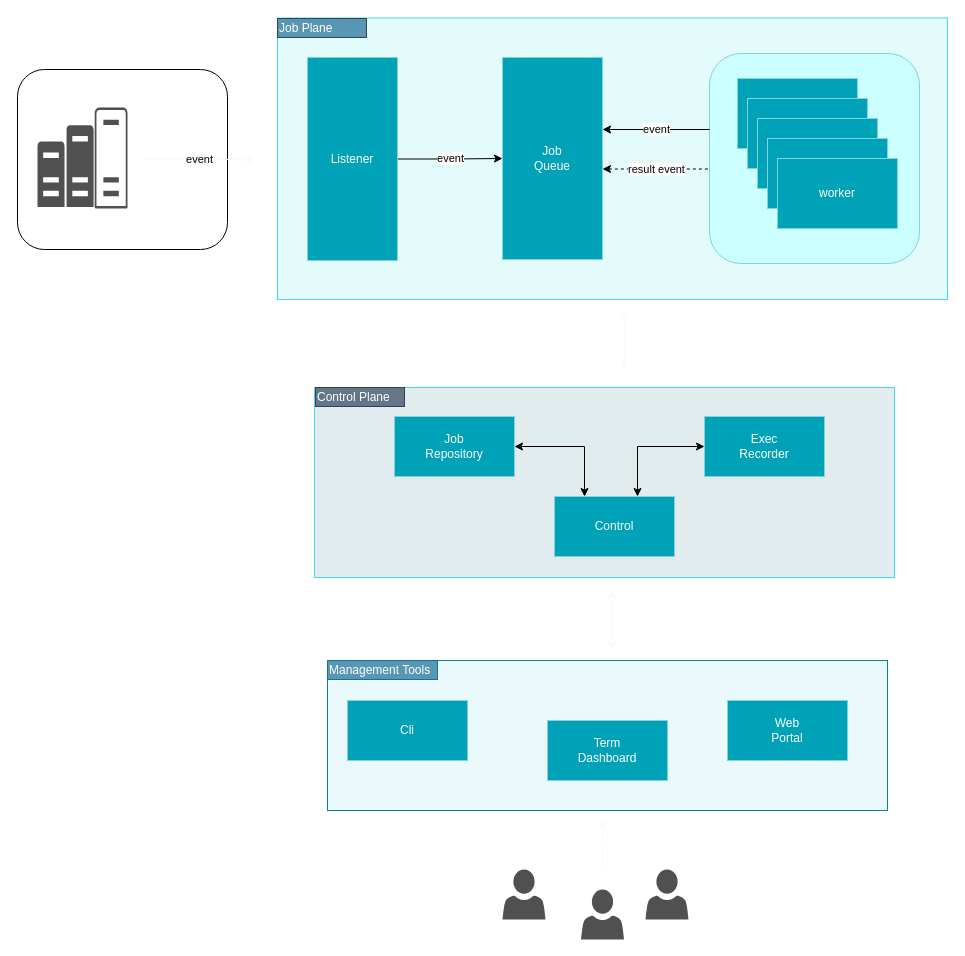
This is docs/Jobico.drawio from andrescosta/jobico-fn, a draw.io file, before an edit. Source tidied: cells renumbered, new cells numbered last; positions are measured from the earlier drawing's top-left corner, leaving out a move shared by most shapes. Both pictures are drawn from the tidied source at 100%, with x=0, y=0 at pixel (17, 17).
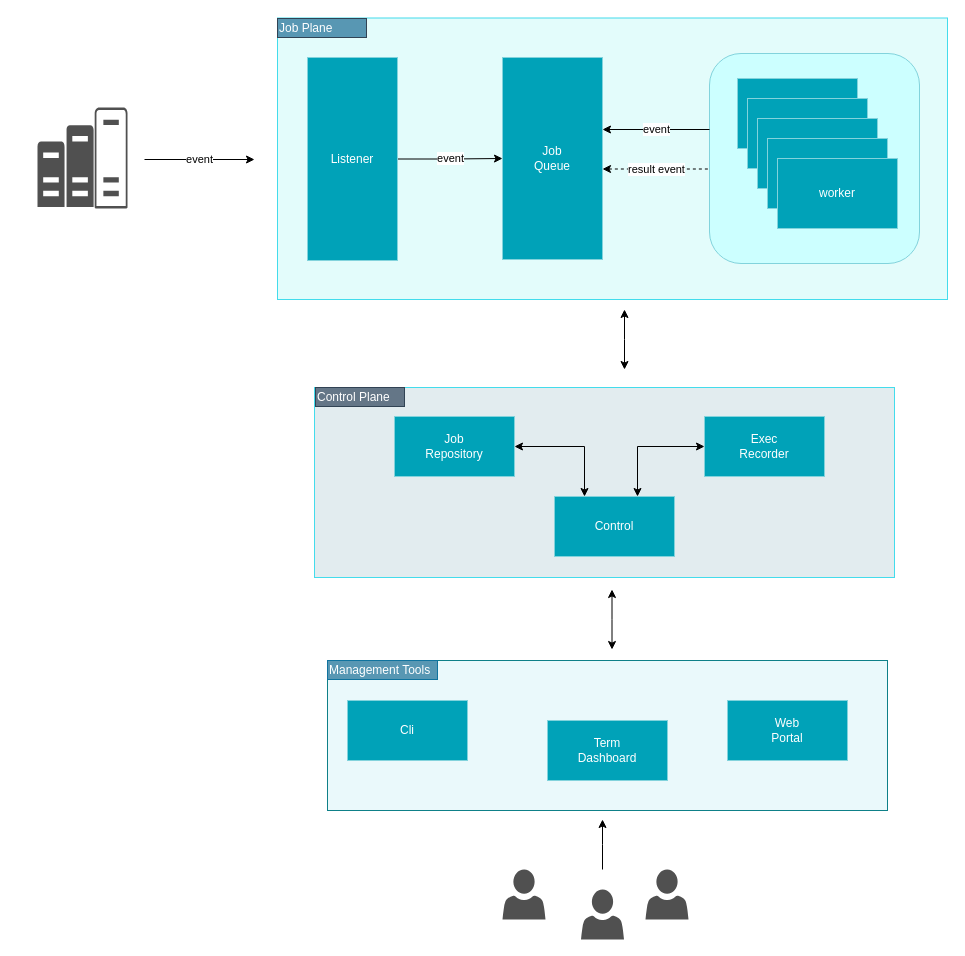
The same page after the edit.

What changed in the source:
```diff
@@
-    <mxCell id="2" style="rounded=1;whiteSpace=wrap;html=1;" parent="1" vertex="1">
-      <mxGeometry y="52" width="210" height="180" as="geometry" />
-    </mxCell>
@@
-    <mxCell id="25" style="edgeStyle=elbowEdgeStyle;rounded=0;elbow=horizontal;html=1;labelBackgroundColor=#ffffff;startArrow=classic;startFill=1;startSize=6;endArrow=classic;endFill=1;endSize=6;jettySize=auto;orthogonalLoop=1;strokeWidth=1;fontSize=14;strokeColor=#FAFAFA;" parent="1" edge="1">
+    <mxCell id="25" style="edgeStyle=elbowEdgeStyle;rounded=0;elbow=horizontal;html=1;labelBackgroundColor=#ffffff;startArrow=classic;startFill=1;startSize=6;endArrow=classic;endFill=1;endSize=6;jettySize=auto;orthogonalLoop=1;strokeWidth=1;fontSize=14;" parent="1" edge="1">
       <mxGeometry relative="1" as="geometry">
         <mxPoint x="607" y="352" as="sourcePoint" />
         <mxPoint x="607" y="292" as="targetPoint" />
       </mxGeometry>
     </mxCell>
@@
-    <mxCell id="27" style="edgeStyle=elbowEdgeStyle;rounded=0;elbow=vertical;html=1;labelBackgroundColor=#ffffff;startArrow=classic;startFill=1;startSize=6;endArrow=classic;endFill=1;endSize=6;jettySize=auto;orthogonalLoop=1;strokeWidth=1;fontSize=14;strokeColor=#FAFAFA;" parent="1" edge="1">
+    <mxCell id="27" style="edgeStyle=elbowEdgeStyle;rounded=0;elbow=vertical;html=1;labelBackgroundColor=#ffffff;startArrow=classic;startFill=1;startSize=6;endArrow=classic;endFill=1;endSize=6;jettySize=auto;orthogonalLoop=1;strokeWidth=1;fontSize=14;" parent="1" edge="1">
       <mxGeometry relative="1" as="geometry">
         <mxPoint x="594.5" y="632" as="sourcePoint" />
         <mxPoint x="594.5" y="572" as="targetPoint" />
       </mxGeometry>
     </mxCell>
@@
-    <mxCell id="29" value="event" style="edgeStyle=orthogonalEdgeStyle;rounded=0;orthogonalLoop=1;jettySize=auto;html=1;strokeColor=#FAFAFA;" parent="1" edge="1">
+    <mxCell id="29" value="event" style="edgeStyle=orthogonalEdgeStyle;rounded=0;orthogonalLoop=1;jettySize=auto;html=1;" parent="1" edge="1">
       <mxGeometry relative="1" as="geometry">
         <mxPoint x="127" y="142" as="sourcePoint" />
         <mxPoint x="237" y="142" as="targetPoint" />
       </mxGeometry>
     </mxCell>
@@
-    <mxCell id="34" style="edgeStyle=elbowEdgeStyle;rounded=0;elbow=vertical;html=1;labelBackgroundColor=#ffffff;startArrow=none;startFill=0;startSize=6;endArrow=classic;endFill=1;endSize=6;jettySize=auto;orthogonalLoop=1;strokeWidth=1;fontSize=14;strokeColor=#FAFAFA;" parent="1" edge="1">
+    <mxCell id="34" style="edgeStyle=elbowEdgeStyle;rounded=0;elbow=vertical;html=1;labelBackgroundColor=#ffffff;startArrow=none;startFill=0;startSize=6;endArrow=classic;endFill=1;endSize=6;jettySize=auto;orthogonalLoop=1;strokeWidth=1;fontSize=14;" parent="1" edge="1">
       <mxGeometry relative="1" as="geometry">
         <mxPoint x="585" y="852" as="sourcePoint" />
         <mxPoint x="585" y="802" as="targetPoint" />
       </mxGeometry>
     </mxCell>
```
